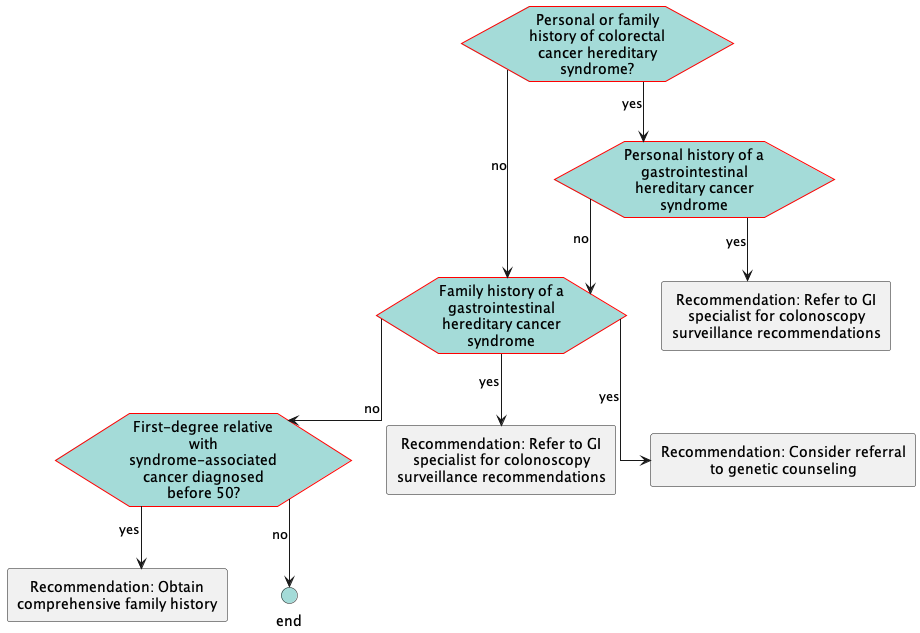
Above: images/flow-Syndromes.png in ccsm-cds-tools/CDC-Colorectal-Cancer-Screening-CDS-L2 (PlantUML), before the change.
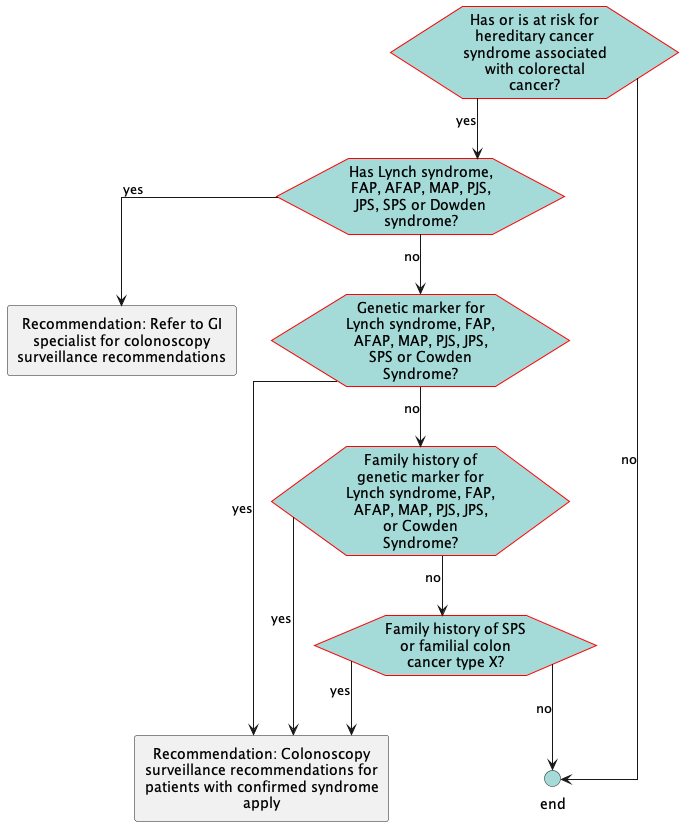
After the change.

Diff of the diagram source:
```diff
@@ -17,22 +17,22 @@
     BackGroundColor: #A4DBD8
 }
 </style>
-hexagon "Personal or family history of colorectal cancer hereditary syndrome? " as eve_CRCHereditarySyndrome [[#eve-CRCHereditarySyndrome]]
-hexagon "Personal history of a gastrointestinal hereditary cancer syndrome" as eve_personalHxSyndrome [[#eve-personalHxSyndrome]]
-hexagon "Family history of a gastrointestinal hereditary cancer syndrome" as eve_famHxSyndrome [[#eve-famHxSyndrome]]
-hexagon "First-degree relative with syndrome-associated cancer diagnosed before 50?" as eve_famHxEarlyOnsetCancer [[#eve-famHxEarlyOnsetCancer]]
-rectangle "Recommendation: Refer to GI specialist for colonoscopy surveillance recommendations" as act_syndromeReferral [[#act-syndromeReferral]]
-rectangle "Recommendation: Refer to GI specialist for colonoscopy surveillance recommendations" as act_famHxSyndromeReferral [[#act-famHxSyndromeReferral]]
-rectangle "Recommendation: Consider referral to genetic counseling" as act_geneticCounseling [[#act-geneticCounseling]]
-rectangle "Recommendation: Obtain comprehensive family history" as act_comprehensiveFamHx [[#act-comprehensiveFamHx]]
+hexagon "Has or is at risk for hereditary cancer syndrome associated with colorectal cancer?" as eve_HereditarySyndrome [[#eve-HereditarySyndrome]]
+hexagon "Has Lynch syndrome, FAP, AFAP, MAP, PJS, JPS, SPS or Dowden syndrome? " as eve_personalHxSyndrome [[#eve-personalHxSyndrome]]
+hexagon "Genetic marker for Lynch syndrome, FAP, AFAP, MAP, PJS, JPS, SPS or Cowden Syndrome?" as eve_GeneticMarkerSyndrome [[#eve-GeneticMarkerSyndrome]]
+hexagon "Family history of genetic marker for Lynch syndrome, FAP, AFAP, MAP, PJS, JPS, or Cowden Syndrome?" as eve_FamilyHxGeneticMarkerSyndrome [[#eve-FamilyHxGeneticMarkerSyndrome]]
+hexagon "Family history of SPS or familial colon cancer type X?" as eve_FamilyHxSPSOrFamilyCRCTypeX [[#eve-FamilyHxSPSOrFamilyCRCTypeX]]
 circle "end" as end_1 <<end>>
-eve_CRCHereditarySyndrome-->eve_personalHxSyndrome: yes
-eve_CRCHereditarySyndrome-->eve_famHxSyndrome: no
-eve_personalHxSyndrome-->act_syndromeReferral: yes
-eve_personalHxSyndrome-->eve_famHxSyndrome: no
-eve_famHxSyndrome-->act_famHxSyndromeReferral: yes
-eve_famHxSyndrome-->act_geneticCounseling: yes
-eve_famHxSyndrome-->eve_famHxEarlyOnsetCancer: no
-eve_famHxEarlyOnsetCancer-->act_comprehensiveFamHx: yes
-eve_famHxEarlyOnsetCancer-->end_1: no
+rectangle "Recommendation: Refer to GI specialist for colonoscopy surveillance recommendations" as act_SyndromeReferral [[#act-SyndromeReferral]]
+rectangle "Recommendation: Colonoscopy surveillance recommendations for patients with confirmed syndrome apply" as act_AtRiskSyndromeReferral [[#act-AtRiskSyndromeReferral]]
+eve_HereditarySyndrome-->eve_personalHxSyndrome: yes
+eve_HereditarySyndrome-->end_1: no
+eve_personalHxSyndrome-->act_SyndromeReferral: yes
+eve_personalHxSyndrome-->eve_GeneticMarkerSyndrome: no
+eve_GeneticMarkerSyndrome-->act_AtRiskSyndromeReferral: yes
+eve_GeneticMarkerSyndrome-->eve_FamilyHxGeneticMarkerSyndrome: no
+eve_FamilyHxGeneticMarkerSyndrome-->act_AtRiskSyndromeReferral: yes
+eve_FamilyHxGeneticMarkerSyndrome-->eve_FamilyHxSPSOrFamilyCRCTypeX: no
+eve_FamilyHxSPSOrFamilyCRCTypeX-->act_AtRiskSyndromeReferral: yes
+eve_FamilyHxSPSOrFamilyCRCTypeX-->end_1: no
 @enduml
```
